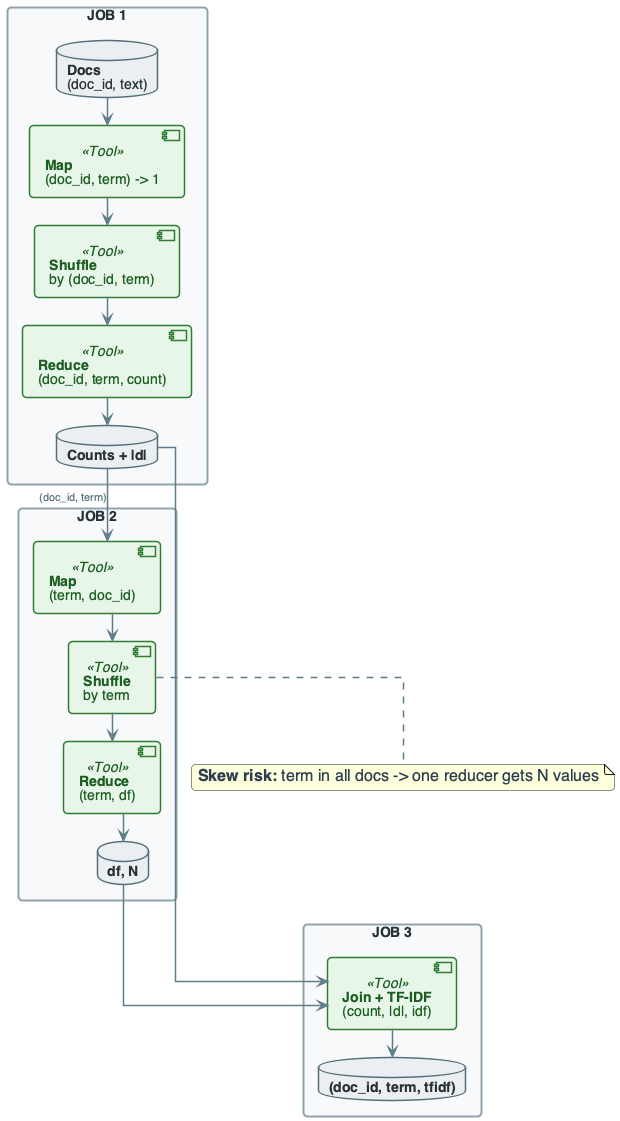
This is diagrams/week8/week8_lecture_slide24_mapreduce_execution_flow.png from OrPerets/data-engineering-course, a PlantUML export, as it was before one commit.
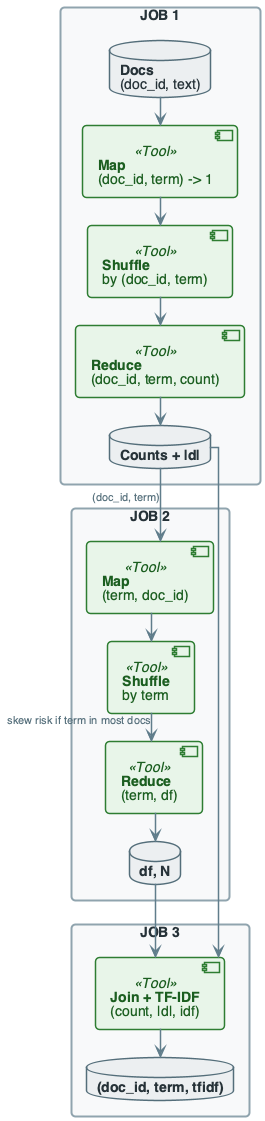
Later version of the same file.

What changed in the source:
```diff
@@ -145,13 +145,11 @@
 
 J1OUT --> J2M : "(doc_id, term)"
 J2M --> J2S
-J2S --> J2R
+J2S --> J2R : "skew risk if term in most docs"
 J2R --> J2OUT
 
 J1OUT --> J3M
 J2OUT --> J3M
 J3M --> J3OUT
 
-note bottom of J2S : **Skew risk:** term in all docs -> one reducer gets N values
-
 @enduml
```
